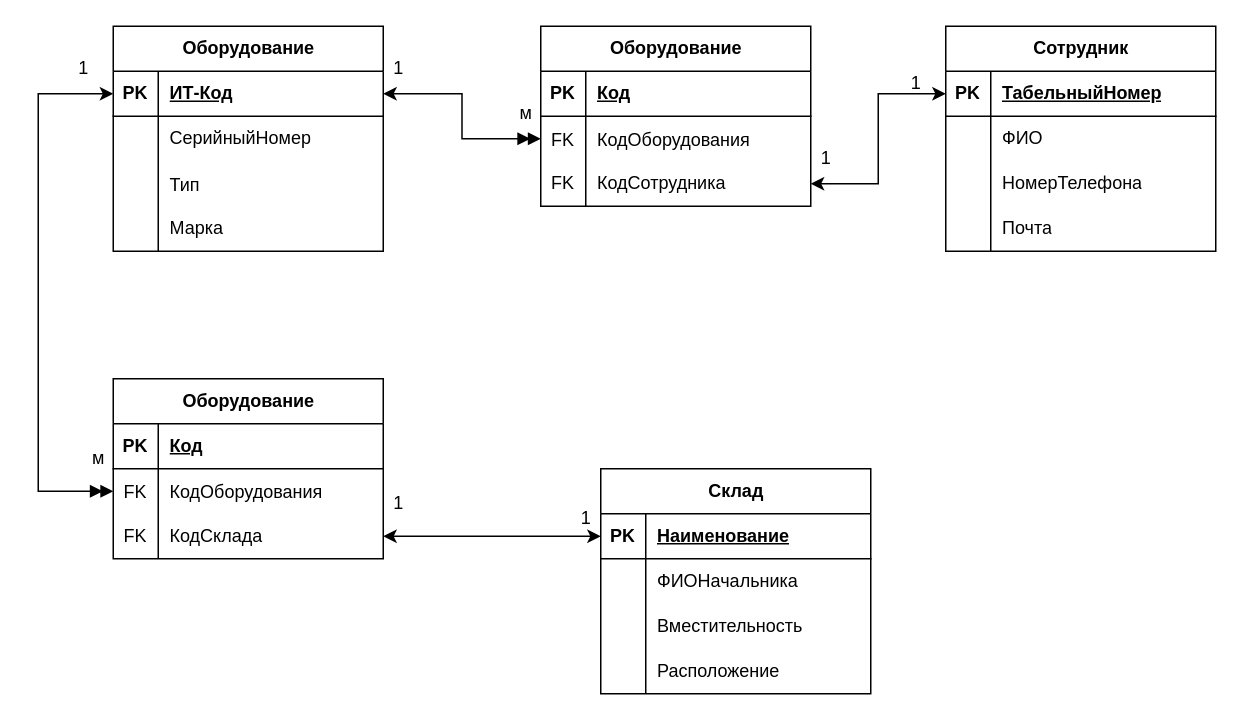
This is page "1норм" (2 of 2) of Диаграмма без названия.drawio from Vlad-Efremovv/practice, a draw.io file, before an edit. Source tidied: cells renumbered, new cells numbered last; positions are measured from the earlier drawing's top-left corner, leaving out a move shared by most shapes. Both pictures are drawn from the tidied source at 150%, with x=0, y=0 at pixel (38, 26).
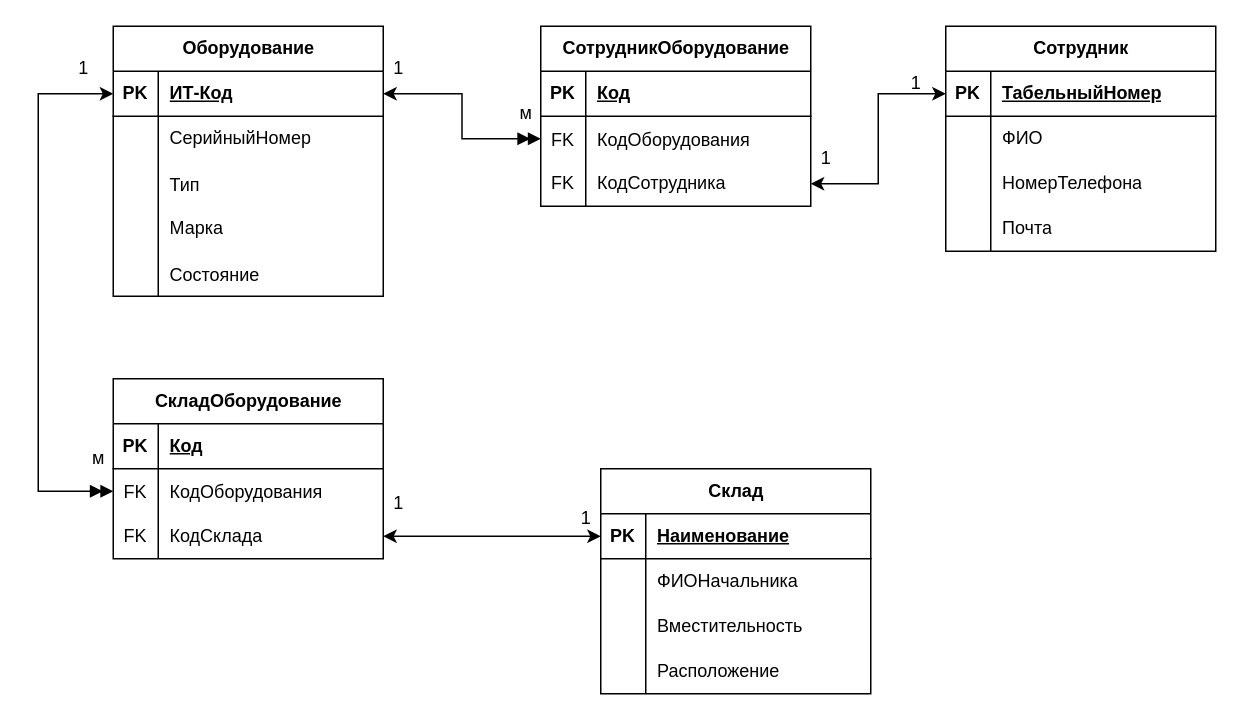
After the change.

Change to the diagram source:
```diff
@@
     <mxCell id="2" value="Оборудование" style="shape=table;startSize=30;childLayout=tableLayout;rowLines=0;fontStyle=1;align=center;html=1;" parent="1" vertex="1">
-      <mxGeometry x="50" width="180" height="150" as="geometry" />
+      <mxGeometry x="50" width="180" height="180" as="geometry" />
     </mxCell>
@@
+    <mxCell id="73" style="shape=tableRow;horizontal=0;startSize=0;swimlaneHead=0;swimlaneBody=0;fillColor=none;top=0;left=0;right=0;bottom=0;" parent="2" vertex="1">
+      <mxGeometry y="150" width="180" height="30" as="geometry" />
+    </mxCell>
+    <mxCell id="74" style="shape=partialRectangle;fillColor=none;top=0;left=0;bottom=0;right=0;overflow=hidden;" parent="73" vertex="1">
+      <mxGeometry width="30" height="30" as="geometry" />
+    </mxCell>
+    <mxCell id="75" value="Состояние" style="shape=partialRectangle;fillColor=none;top=0;left=0;bottom=0;right=0;align=left;spacingLeft=6;overflow=hidden;" parent="73" vertex="1">
+      <mxGeometry x="30" width="150" height="30" as="geometry" />
+    </mxCell>
@@
-    <mxCell id="41" value="Оборудование" style="shape=table;startSize=30;childLayout=tableLayout;rowLines=0;fontStyle=1;align=center;html=1;" parent="1" vertex="1">
+    <mxCell id="41" value="СкладОборудование" style="shape=table;startSize=30;childLayout=tableLayout;rowLines=0;fontStyle=1;align=center;html=1;" parent="1" vertex="1">
       <mxGeometry x="50" y="235" width="180" height="120" as="geometry" />
     </mxCell>
@@
-    <mxCell id="57" value="Оборудование" style="shape=table;startSize=30;childLayout=tableLayout;rowLines=0;fontStyle=1;align=center;html=1;" parent="1" vertex="1">
+    <mxCell id="57" value="СотрудникОборудование" style="shape=table;startSize=30;childLayout=tableLayout;rowLines=0;fontStyle=1;align=center;html=1;" parent="1" vertex="1">
       <mxGeometry x="335" width="180" height="120" as="geometry" />
     </mxCell>
```
